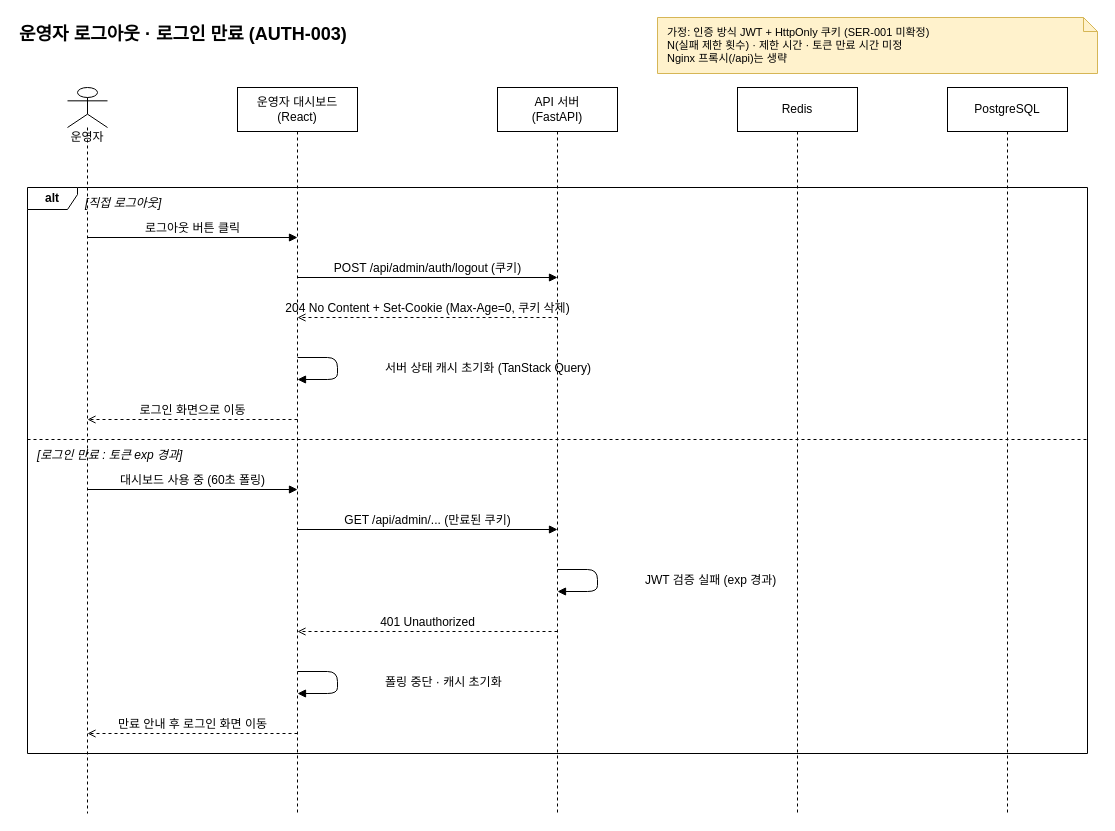
Before: page "로그아웃" (2 of 2) of docs/diagrams/sequence-운영자 로그인 로그아웃.drawio in 2026-Capstone4/ev-flow, a draw.io diagram. Source tidied: cells renumbered, new cells numbered last; positions are measured from the earlier drawing's top-left corner, leaving out a move shared by most shapes. Both pictures are drawn from the tidied source at 100%, with x=0, y=0 at pixel (17, 17).
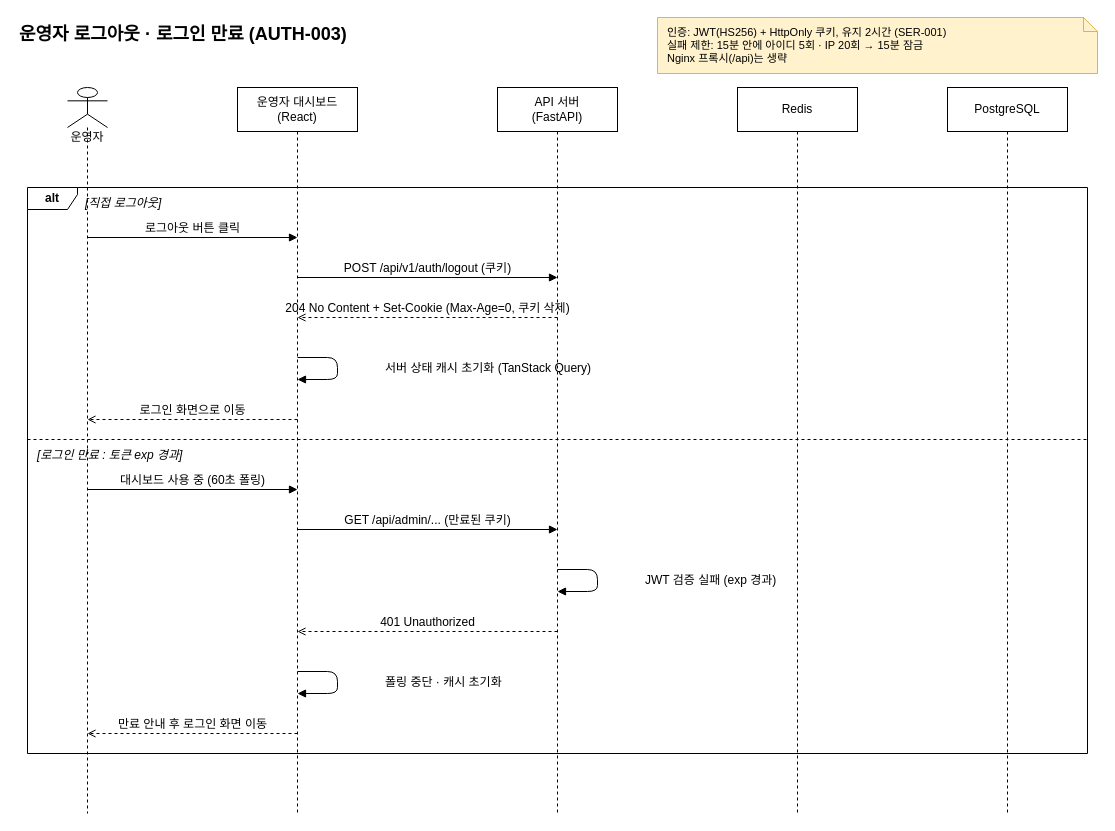
After the change.

The edit, as a diff of the source:
```diff
@@
-    <mxCell id="3" value="가정: 인증 방식 JWT + HttpOnly 쿠키 (SER-001 미확정)&lt;br&gt;N(실패 제한 횟수) · 제한 시간 · 토큰 만료 시간 미정&lt;br&gt;Nginx 프록시(/api)는 생략" style="shape=note;whiteSpace=wrap;html=1;size=14;align=left;spacingLeft=8;fillColor=#fff2cc;strokeColor=#d6b656;fontFamily=Pretendard;fontSize=12;fontSize=11;" parent="1" vertex="1">
+    <mxCell id="3" value="인증: JWT(HS256) + HttpOnly 쿠키, 유지 2시간 (SER-001)&lt;br&gt;실패 제한: 15분 안에 아이디 5회 · IP 20회 → 15분 잠금&lt;br&gt;Nginx 프록시(/api)는 생략" style="shape=note;whiteSpace=wrap;html=1;size=14;align=left;spacingLeft=8;fillColor=#fff2cc;strokeColor=#d6b656;fontFamily=Pretendard;fontSize=12;fontSize=11;" parent="1" vertex="1">
       <mxGeometry x="640" width="440" height="56" as="geometry" />
     </mxCell>
@@
-    <mxCell id="10" value="POST /api/admin/auth/logout (쿠키)" style="endArrow=block;endFill=1;html=1;verticalAlign=bottom;labelBackgroundColor=none;fontFamily=Pretendard;fontSize=12;" parent="1" edge="1">
+    <mxCell id="10" value="POST /api/v1/auth/logout (쿠키)" style="endArrow=block;endFill=1;html=1;verticalAlign=bottom;labelBackgroundColor=none;fontFamily=Pretendard;fontSize=12;" parent="1" edge="1">
       <mxGeometry relative="1" as="geometry">
         <mxPoint x="280" y="260" as="sourcePoint" />
         <mxPoint x="540" y="260" as="targetPoint" />
       </mxGeometry>
     </mxCell>
```
